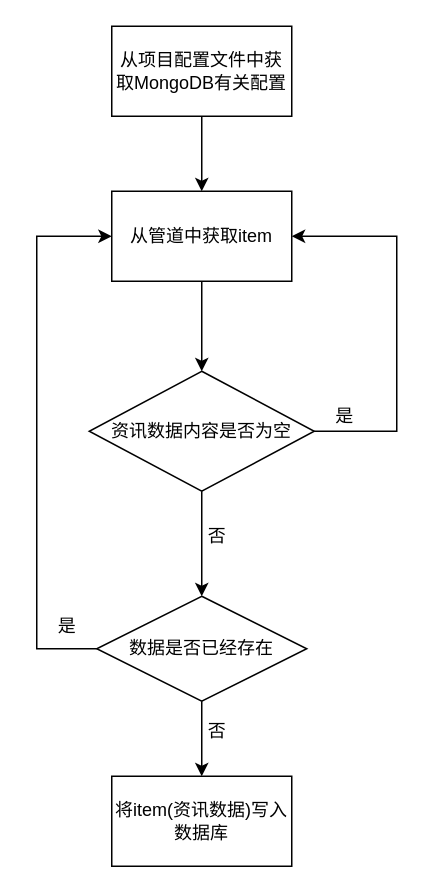
Above: 数据入库流程图.drawio in stormwasd/draw_io (draw.io), before the change. Source tidied: cells renumbered, new cells numbered last; positions are measured from the earlier drawing's top-left corner, leaving out a move shared by most shapes. Both pictures are drawn from the tidied source at 150%, with x=0, y=0 at pixel (36, 26).
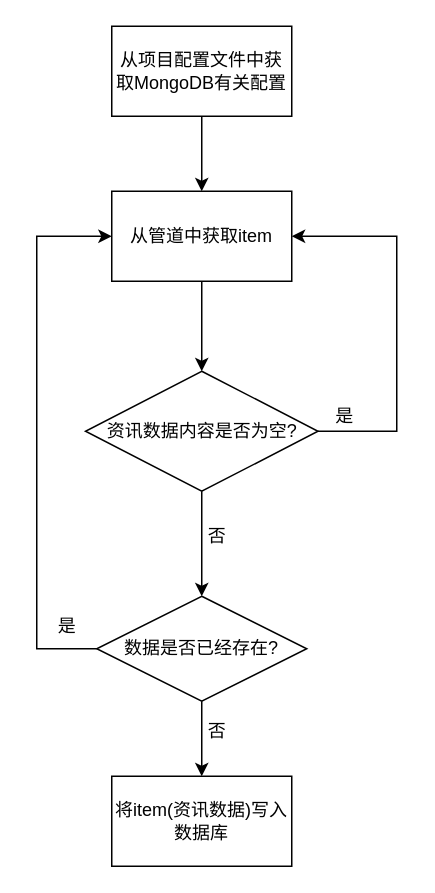
Above is the later version.

Commit message:
Update 数据入库流程图.drawio

Diff of the diagram source:
```diff
@@
-    <mxCell id="7" value="资讯数据内容是否为空" style="rhombus;whiteSpace=wrap;html=1;" parent="1" vertex="1">
-      <mxGeometry x="35" y="230" width="150" height="80" as="geometry" />
+    <mxCell id="7" value="资讯数据内容是否为空?" style="rhombus;whiteSpace=wrap;html=1;" parent="1" vertex="1">
+      <mxGeometry x="32.5" y="230" width="155" height="80" as="geometry" />
     </mxCell>
@@
-    <mxCell id="10" value="数据是否已经存在" style="rhombus;whiteSpace=wrap;html=1;" parent="1" vertex="1">
+    <mxCell id="10" value="数据是否已经存在?" style="rhombus;whiteSpace=wrap;html=1;" parent="1" vertex="1">
       <mxGeometry x="40" y="380" width="140" height="70" as="geometry" />
     </mxCell>
```
